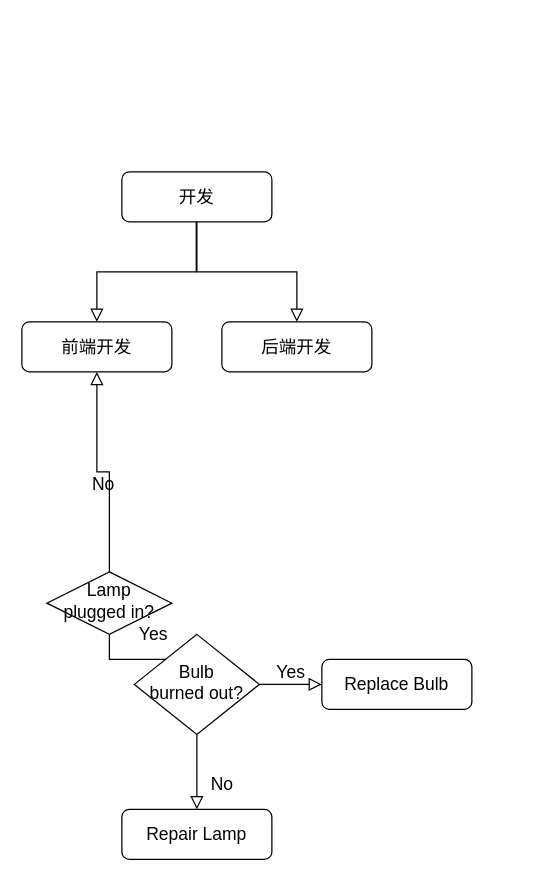
This is 研发流程.drawio from Sunny-Smile26/Drawings, a draw.io file, before an edit. Source tidied: cells renumbered, new cells numbered last; positions are measured from the earlier drawing's top-left corner, leaving out a move shared by most shapes. Both pictures are drawn from the tidied source at 125%, with x=0, y=0 at pixel (21, 171).
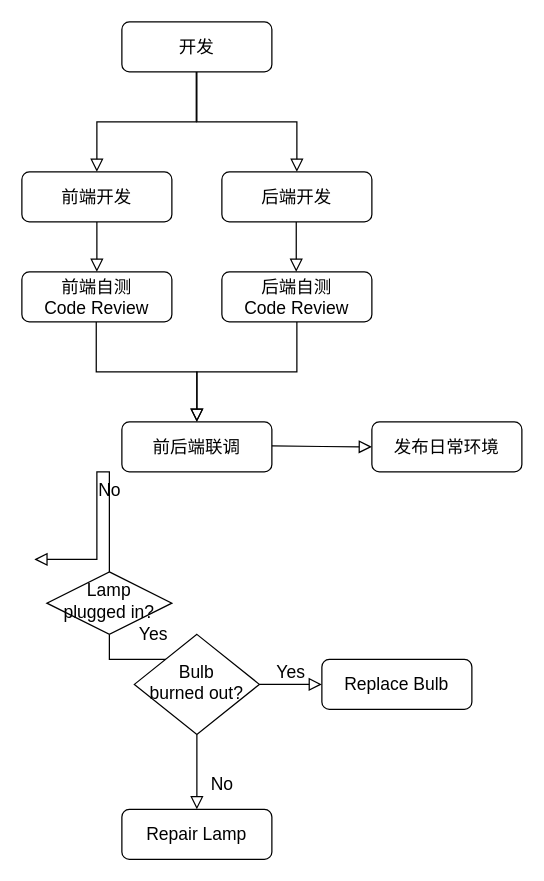
The same diagram, later.

Commit message:
更新研发流程.drawio

The change refers to these unchanged cells:
```xml
<mxCell id="6" value="Lamp&lt;br style=&quot;font-size: 14px;&quot;&gt;plugged in?" style="rhombus;whiteSpace=wrap;html=1;shadow=0;fontFamily=Helvetica;fontSize=14;align=center;strokeWidth=1;spacing=6;spacingTop=-4;" parent="1" vertex="1">
  <mxGeometry x="20" y="320" width="100" height="50" as="geometry" />
</mxCell>
```

Diff of the diagram source:
```diff
@@
     <mxCell id="2" style="rounded=0;html=1;jettySize=auto;fontSize=14;endArrow=block;endFill=0;endSize=8;strokeWidth=1;shadow=0;labelBackgroundColor=none;edgeStyle=orthogonalEdgeStyle;entryX=0.5;entryY=0;entryDx=0;entryDy=0;" parent="1" edge="1" target="7">
       <mxGeometry relative="1" as="geometry">
-        <mxPoint x="139.5" y="40" as="sourcePoint" />
+        <mxPoint x="139.5" y="-80" as="sourcePoint" />
         <Array as="points">
-          <mxPoint x="140" y="80" />
-          <mxPoint x="60" y="80" />
+          <mxPoint x="140" y="-40" />
+          <mxPoint x="60" y="-40" />
         </Array>
       </mxGeometry>
     </mxCell>
     <mxCell id="3" value="开发" style="rounded=1;whiteSpace=wrap;html=1;fontSize=14;glass=0;strokeWidth=1;shadow=0;" parent="1" vertex="1">
-      <mxGeometry x="80" width="120" height="40" as="geometry" />
+      <mxGeometry x="80" y="-120" width="120" height="40" as="geometry" />
     </mxCell>
@@
-    <mxCell id="5" value="No" style="edgeStyle=orthogonalEdgeStyle;rounded=0;html=1;jettySize=auto;fontSize=14;endArrow=block;endFill=0;endSize=8;strokeWidth=1;shadow=0;labelBackgroundColor=none;" parent="1" edge="1" source="6" target="7">
-      <mxGeometry y="10" relative="1" as="geometry" />
+    <mxCell id="5" value="No" style="edgeStyle=orthogonalEdgeStyle;rounded=0;html=1;jettySize=auto;fontSize=14;endArrow=block;endFill=0;endSize=8;strokeWidth=1;shadow=0;labelBackgroundColor=none;" parent="1" edge="1" source="6">
+      <mxGeometry y="10" relative="1" as="geometry">
+        <mxPoint x="10" y="310" as="targetPoint" />
+        <Array as="points">
+          <mxPoint x="70" y="240" />
+          <mxPoint x="60" y="240" />
+        </Array>
+      </mxGeometry>
     </mxCell>
@@
     <mxCell id="7" value="前端开发" style="rounded=1;whiteSpace=wrap;html=1;fontSize=14;glass=0;strokeWidth=1;shadow=0;" parent="1" vertex="1">
-      <mxGeometry y="120" width="120" height="40" as="geometry" />
+      <mxGeometry width="120" height="40" as="geometry" />
     </mxCell>
@@
     <mxCell id="13" value="后端开发" style="rounded=1;whiteSpace=wrap;html=1;fontSize=14;glass=0;strokeWidth=1;shadow=0;" parent="1" vertex="1">
-      <mxGeometry x="160" y="120" width="120" height="40" as="geometry" />
+      <mxGeometry x="160" width="120" height="40" as="geometry" />
     </mxCell>
     <mxCell id="14" style="rounded=0;html=1;jettySize=auto;fontSize=14;endArrow=block;endFill=0;endSize=8;strokeWidth=1;shadow=0;labelBackgroundColor=none;edgeStyle=orthogonalEdgeStyle;entryX=0.5;entryY=0;entryDx=0;entryDy=0;exitX=0.5;exitY=1;exitDx=0;exitDy=0;" parent="1" edge="1" source="3">
       <mxGeometry relative="1" as="geometry">
-        <mxPoint x="220" y="120" as="targetPoint" />
+        <mxPoint x="220" as="targetPoint" />
         <Array as="points">
-          <mxPoint x="140" y="80" />
-          <mxPoint x="220" y="80" />
+          <mxPoint x="140" y="-40" />
+          <mxPoint x="220" y="-40" />
         </Array>
       </mxGeometry>
     </mxCell>
+    <mxCell id="15" value="前端自测&lt;div&gt;Code Review&lt;/div&gt;" style="rounded=1;whiteSpace=wrap;html=1;fontSize=14;glass=0;strokeWidth=1;shadow=0;" parent="1" vertex="1">
+      <mxGeometry y="80" width="120" height="40" as="geometry" />
+    </mxCell>
+    <mxCell id="16" value="后端自测&lt;div&gt;Code Review&lt;/div&gt;" style="rounded=1;whiteSpace=wrap;html=1;fontSize=14;glass=0;strokeWidth=1;shadow=0;" parent="1" vertex="1">
+      <mxGeometry x="160" y="80" width="120" height="40" as="geometry" />
+    </mxCell>
+    <mxCell id="17" style="edgeStyle=orthogonalEdgeStyle;rounded=0;html=1;jettySize=auto;fontSize=14;endArrow=block;endFill=0;endSize=8;strokeWidth=1;shadow=0;labelBackgroundColor=none;entryX=0.5;entryY=0;entryDx=0;entryDy=0;" parent="1" edge="1" target="15">
+      <mxGeometry y="10" relative="1" as="geometry">
+        <mxPoint x="60" y="40" as="sourcePoint" />
+        <Array as="points">
+          <mxPoint x="60" y="40" />
+        </Array>
+      </mxGeometry>
+    </mxCell>
+    <mxCell id="18" style="edgeStyle=orthogonalEdgeStyle;rounded=0;html=1;jettySize=auto;orthogonalLoop=1;fontSize=14;endArrow=block;endFill=0;endSize=8;strokeWidth=1;shadow=0;labelBackgroundColor=none;entryX=0.5;entryY=0;entryDx=0;entryDy=0;" parent="1" edge="1">
+      <mxGeometry y="10" relative="1" as="geometry">
+        <mxPoint x="219.5" y="40" as="sourcePoint" />
+        <mxPoint x="219.5" y="80" as="targetPoint" />
+        <Array as="points">
+          <mxPoint x="219.5" y="40" />
+        </Array>
+      </mxGeometry>
+    </mxCell>
+    <mxCell id="19" value="前后端联调" style="rounded=1;whiteSpace=wrap;html=1;fontSize=14;glass=0;strokeWidth=1;shadow=0;" parent="1" vertex="1">
+      <mxGeometry x="80" y="200" width="120" height="40" as="geometry" />
+    </mxCell>
+    <mxCell id="20" style="rounded=0;html=1;jettySize=auto;orthogonalLoop=1;fontSize=14;endArrow=block;endFill=0;endSize=8;strokeWidth=1;shadow=0;labelBackgroundColor=none;edgeStyle=orthogonalEdgeStyle;" parent="1" edge="1">
+      <mxGeometry relative="1" as="geometry">
+        <mxPoint x="59.5" y="120" as="sourcePoint" />
+        <mxPoint x="140" y="200" as="targetPoint" />
+        <Array as="points">
+          <mxPoint x="60" y="160" />
+          <mxPoint x="140" y="160" />
+          <mxPoint x="140" y="200" />
+        </Array>
+      </mxGeometry>
+    </mxCell>
+    <mxCell id="21" style="rounded=0;html=1;jettySize=auto;fontSize=14;endArrow=block;endFill=0;endSize=8;strokeWidth=1;shadow=0;labelBackgroundColor=none;edgeStyle=orthogonalEdgeStyle;entryX=0.5;entryY=0;entryDx=0;entryDy=0;" parent="1" edge="1" target="19">
+      <mxGeometry relative="1" as="geometry">
+        <mxPoint x="220" y="120" as="sourcePoint" />
+        <Array as="points">
+          <mxPoint x="220" y="160" />
+          <mxPoint x="140" y="160" />
+        </Array>
+      </mxGeometry>
+    </mxCell>
+    <mxCell id="22" value="发布日常环境" style="rounded=1;whiteSpace=wrap;html=1;fontSize=14;glass=0;strokeWidth=1;shadow=0;" parent="1" vertex="1">
+      <mxGeometry x="280" y="200" width="120" height="40" as="geometry" />
+    </mxCell>
+    <mxCell id="23" style="edgeStyle=orthogonalEdgeStyle;rounded=0;html=1;jettySize=auto;fontSize=14;endArrow=block;endFill=0;endSize=8;strokeWidth=1;shadow=0;labelBackgroundColor=none;entryX=0;entryY=0.5;entryDx=0;entryDy=0;" parent="1" edge="1" target="22">
+      <mxGeometry y="10" relative="1" as="geometry">
+        <mxPoint x="200" y="219.2" as="sourcePoint" />
+      </mxGeometry>
+    </mxCell>
```
